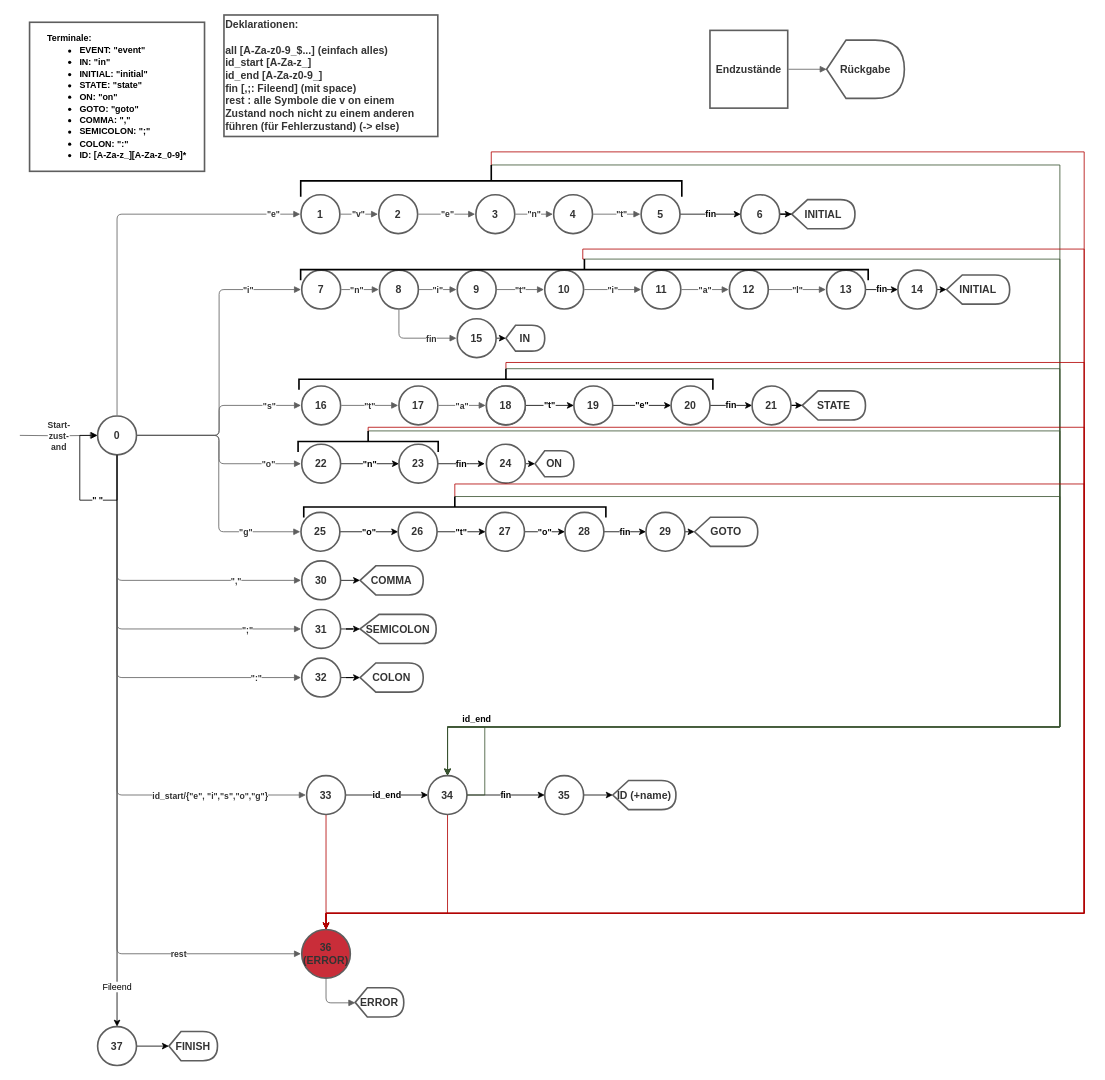
Earlier version of the draw.io diagram Zustandsautomat_ParserScanner_Aufgabe.drawio (LucRome/Automaten). Source tidied: cells renumbered, new cells numbered last; positions are measured from the earlier drawing's top-left corner, leaving out a move shared by most shapes. Both pictures are drawn from the tidied source at 81%, with x=0, y=0 at pixel (19, -15).
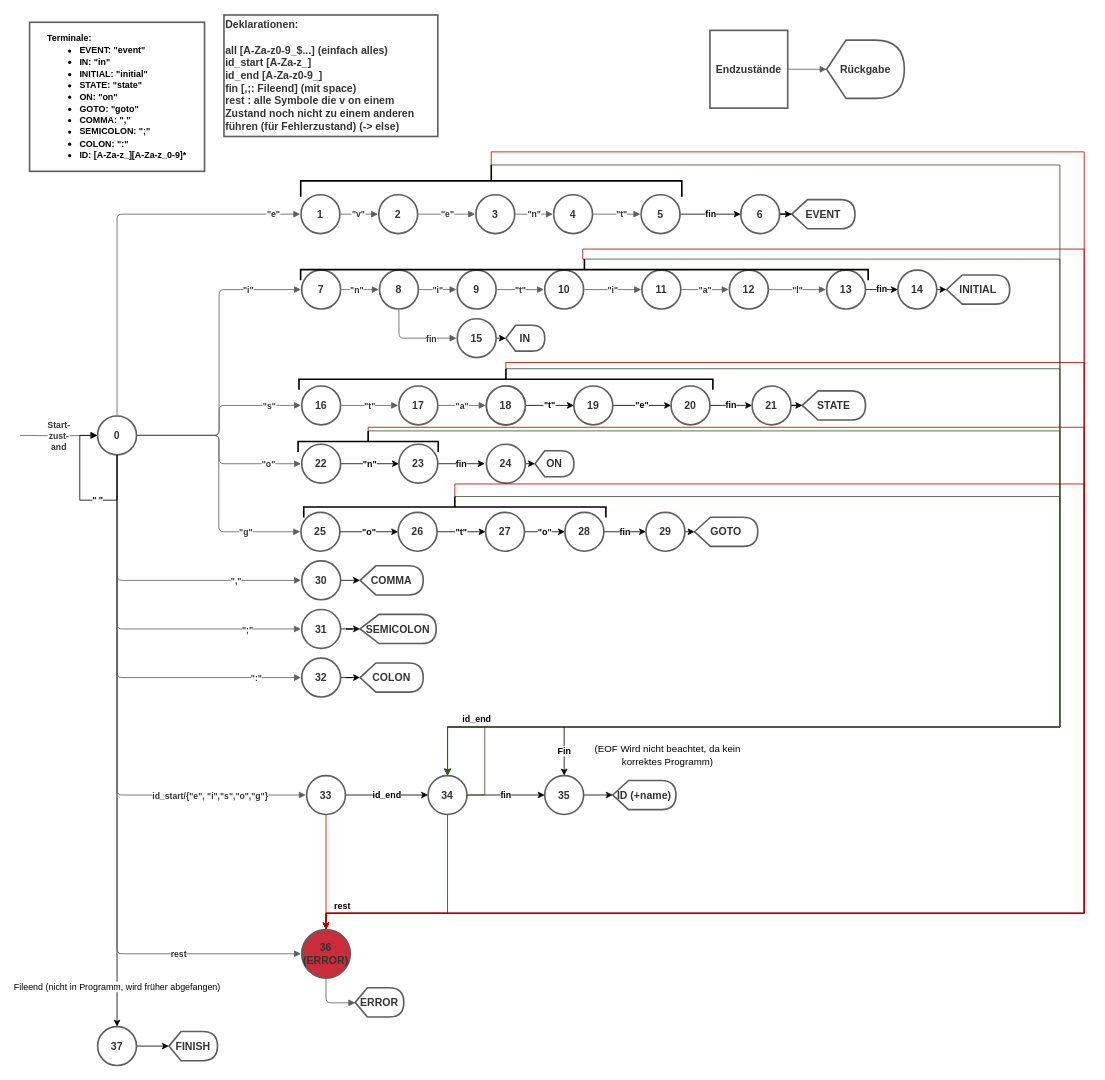
The same diagram, later.

The change refers to these unchanged cells:
```xml
<mxCell id="5" value="0" style="html=1;whiteSpace=wrap;ellipse;whiteSpace=wrap;fontSize=13;fontColor=#333333;align=center;spacing=3;strokeColor=#5e5e5e;strokeOpacity=100;absoluteArcSize=1;arcSize=7.199999999999999;strokeWidth=2;fontStyle=1;" parent="1" vertex="1">
  <mxGeometry x="96" y="531" width="48" height="48" as="geometry" />
</mxCell>
<mxCell id="130" value="35" style="html=1;whiteSpace=wrap;ellipse;whiteSpace=wrap;fontSize=13;fontColor=#333333;align=center;spacing=3;strokeColor=#5E5E5E;absoluteArcSize=1;arcSize=7.199999999999999;strokeWidth=2;fontStyle=1;" parent="1" vertex="1">
  <mxGeometry x="648" y="975" width="48" height="48" as="geometry" />
</mxCell>
<mxCell id="146" style="edgeStyle=orthogonalEdgeStyle;rounded=0;jettySize=auto;html=1;exitX=0;exitY=0.5;exitDx=0;exitDy=0;exitPerimeter=0;entryX=0.5;entryY=0;entryDx=0;entryDy=0;fontColor=#FF0000;fillColor=#e51400;strokeColor=#B20000;fontStyle=1;" parent="1" edge="1" source="147" target="42">
  <mxGeometry relative="1" as="geometry">
    <Array as="points">
      <mxPoint x="537" y="615" />
      <mxPoint x="1314" y="615" />
      <mxPoint x="1314" y="1145" />
      <mxPoint x="378" y="1145" />
    </Array>
  </mxGeometry>
</mxCell>
<mxCell id="149" value="37" style="html=1;whiteSpace=wrap;ellipse;whiteSpace=wrap;fontSize=13;fontColor=#333333;align=center;spacing=3;strokeColor=#5e5e5e;strokeOpacity=100;absoluteArcSize=1;arcSize=7.199999999999999;strokeWidth=2;fontStyle=1;" parent="1" vertex="1">
  <mxGeometry x="96" y="1285" width="48" height="48" as="geometry" />
</mxCell>
```

Diff of the diagram source:
```diff
@@
-    <mxCell id="4" value="Fileend" style="edgeStyle=orthogonalEdgeStyle;rounded=0;jettySize=auto;html=1;exitX=0.5;exitY=1;exitDx=0;exitDy=0;entryX=0.5;entryY=0;entryDx=0;entryDy=0;" parent="1" edge="1" source="5" target="149">
+    <mxCell id="4" value="Fileend (nicht in Programm, wird früher abgefangen)" style="edgeStyle=orthogonalEdgeStyle;rounded=0;jettySize=auto;html=1;exitX=0.5;exitY=1;exitDx=0;exitDy=0;entryX=0.5;entryY=0;entryDx=0;entryDy=0;" parent="1" edge="1" source="5" target="149">
       <mxGeometry x="0.86" relative="1" as="geometry" />
     </mxCell>
@@
-    <mxCell id="124" value="INITIAL" style="html=1;whiteSpace=wrap;shape=display;whiteSpace=wrap;fontSize=13;fontColor=#333333;align=center;spacing=3;strokeColor=#5e5e5e;strokeOpacity=100;absoluteArcSize=1;arcSize=7.199999999999999;strokeWidth=2;fontStyle=1;" parent="1" vertex="1">
+    <mxCell id="124" value="EVENT" style="html=1;whiteSpace=wrap;shape=display;whiteSpace=wrap;fontSize=13;fontColor=#333333;align=center;spacing=3;strokeColor=#5e5e5e;strokeOpacity=100;absoluteArcSize=1;arcSize=7.199999999999999;strokeWidth=2;fontStyle=1;" parent="1" vertex="1">
       <mxGeometry x="953" y="263.9" width="78" height="36" as="geometry" />
     </mxCell>
@@
+    <mxCell id="151" value="rest" style="edgeLabel;html=1;align=center;verticalAlign=middle;fontColor=#000000;fontStyle=1;" parent="146" vertex="1">
+      <mxGeometry x="0.94" y="1" relative="1" as="geometry">
+        <mxPoint x="-29.4" y="-11" as="offset" />
+      </mxGeometry>
+    </mxCell>
@@
+    <mxCell id="152" value="Fin" style="endArrow=classic;html=1;fontColor=#000000;entryX=0.5;entryY=0;entryDx=0;entryDy=0;fontStyle=1;" parent="1" edge="1" target="130">
+      <mxGeometry relative="1" as="geometry">
+        <mxPoint x="672" y="915" as="sourcePoint" />
+      </mxGeometry>
+    </mxCell>
+    <mxCell id="153" value="(EOF Wird nicht beachtet, da kein korrektes Programm) " style="text;html=1;strokeColor=none;fillColor=none;align=center;verticalAlign=middle;whiteSpace=wrap;rounded=0;fontColor=#000000;" parent="1" vertex="1">
+      <mxGeometry x="696" y="935" width="208" height="30" as="geometry" />
+    </mxCell>
```
